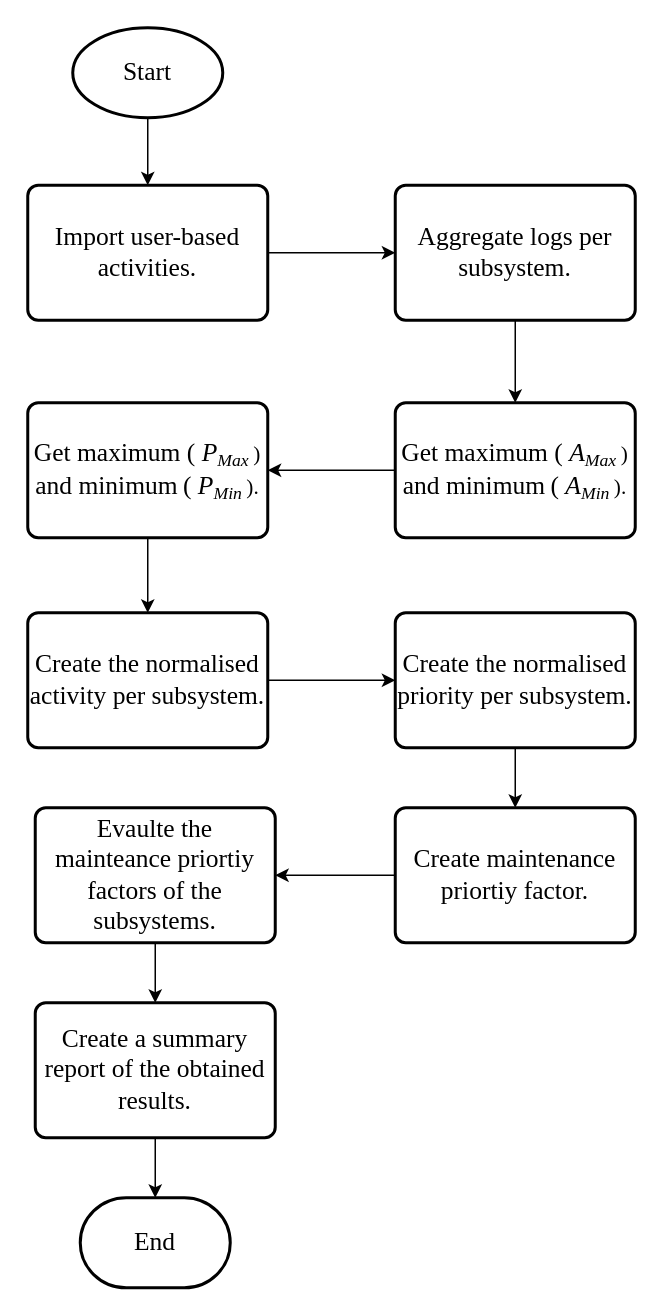
This is img/Chapter2/maintenancePriortisation/maintenancePriortisation.drawio from CorrieScheepers/Masters, a draw.io file, before an edit. Source tidied: cells renumbered, new cells numbered last; positions are measured from the earlier drawing's top-left corner, leaving out a move shared by most shapes. Both pictures are drawn from the tidied source at 150%, with x=0, y=0 at pixel (27, 27).
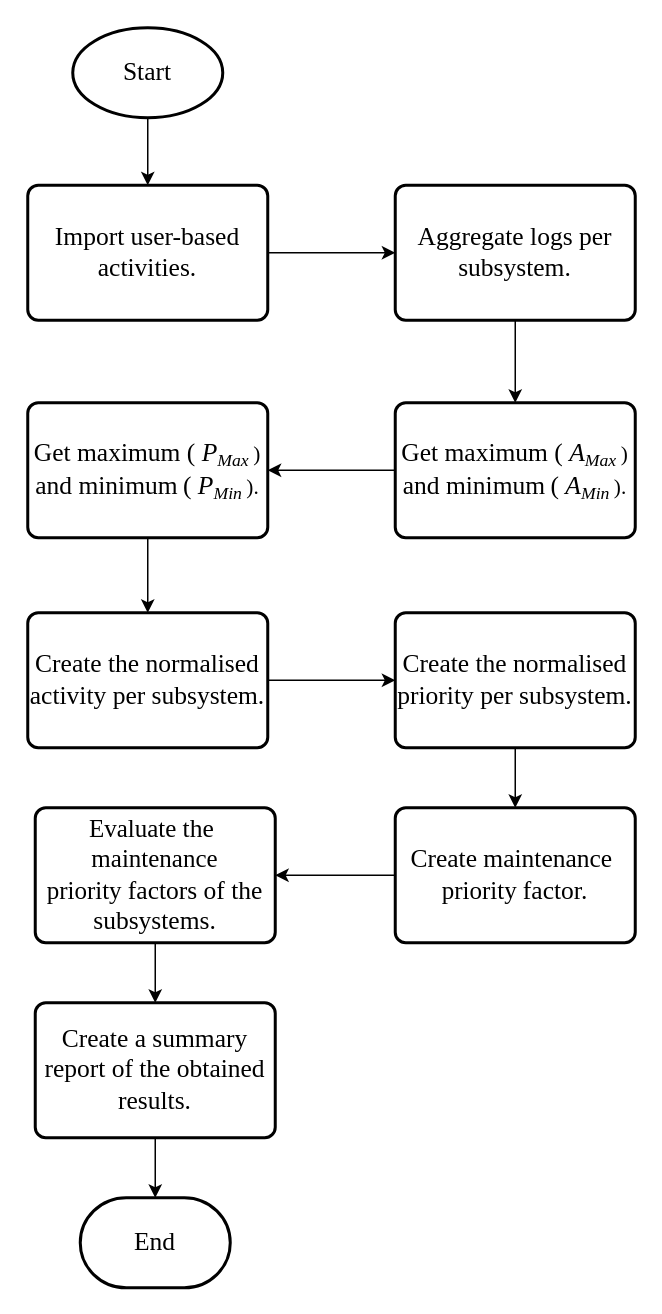
Above is the later version.

The edit, as a diff of the source:
```diff
@@
-    <mxCell id="18" value="Create maintenance priortiy factor." style="rounded=1;whiteSpace=wrap;html=1;absoluteArcSize=1;arcSize=14;strokeWidth=2;fontFamily=Times New Roman;fillColor=none;fontSize=17;" parent="1" vertex="1">
+    <mxCell id="18" value="Create maintenance&amp;nbsp;&lt;br&gt;&lt;span style=&quot;font-size: 12.5pt; line-height: 107%; font-family: &amp;quot;Times New Roman&amp;quot;, serif;&quot;&gt;priority&amp;nbsp;&lt;/span&gt;factor." style="rounded=1;whiteSpace=wrap;html=1;absoluteArcSize=1;arcSize=14;strokeWidth=2;fontFamily=Times New Roman;fillColor=none;fontSize=17;" parent="1" vertex="1">
       <mxGeometry x="245" y="520" width="160" height="90" as="geometry" />
     </mxCell>
@@
-    <mxCell id="20" value="Evaulte the mainteance priortiy factors of the subsystems." style="rounded=1;whiteSpace=wrap;html=1;absoluteArcSize=1;arcSize=14;strokeWidth=2;fontFamily=Times New Roman;fillColor=none;fontSize=17;" parent="1" vertex="1">
+    <mxCell id="20" value="&lt;span style=&quot;font-size: 12.5pt; line-height: 107%; font-family: &amp;quot;Times New Roman&amp;quot;, serif;&quot;&gt;Evaluate&amp;nbsp;&lt;/span&gt;the&amp;nbsp;&lt;br&gt;&lt;span style=&quot;font-family: &amp;quot;Times New Roman&amp;quot;, serif; font-size: 12.5pt; text-align: left; text-indent: 0cm; background-color: initial;&quot;&gt;maintenance priority&amp;nbsp;&lt;/span&gt;factors of the subsystems." style="rounded=1;whiteSpace=wrap;html=1;absoluteArcSize=1;arcSize=14;strokeWidth=2;fontFamily=Times New Roman;fillColor=none;fontSize=17;" parent="1" vertex="1">
       <mxGeometry x="5" y="520" width="160" height="90" as="geometry" />
     </mxCell>
```
